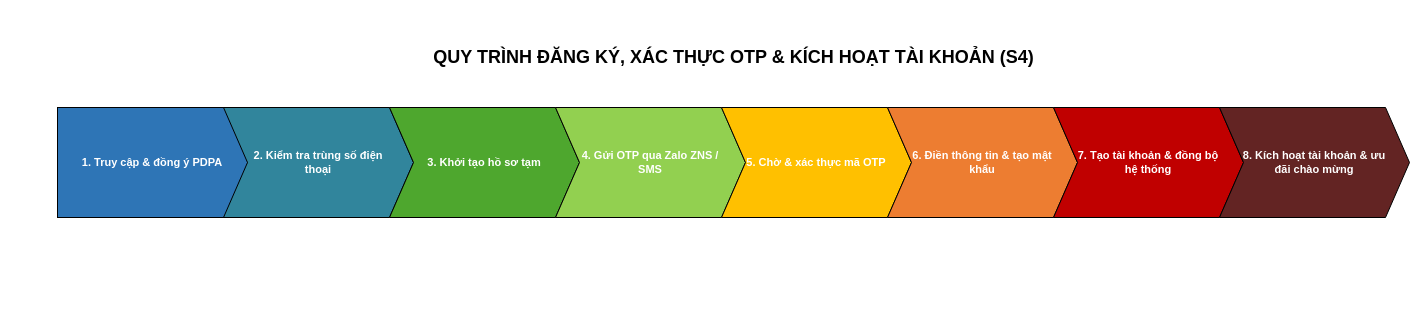
This is page "chevron-s4" (6 of 10) of docs/workspaces/NguyenCongHung/svg/bpmn.drawio from anthinh-io/bpm-acfc-vietnam-analysis, a draw.io file, before an edit. Source tidied: cells renumbered, new cells numbered last; positions are measured from the earlier drawing's top-left corner, leaving out a move shared by most shapes. Both pictures are drawn from the tidied source at 100%, with x=0, y=0 at pixel (57, 37).
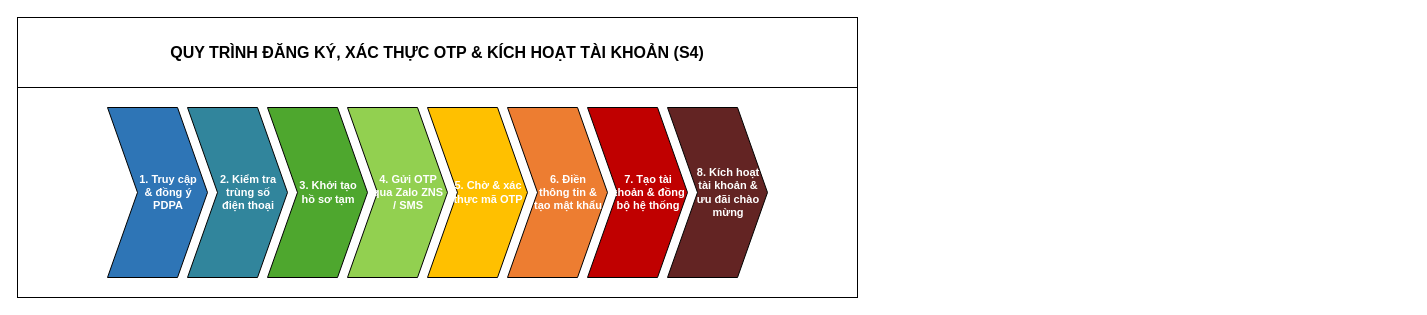
After the change.

The edit, as a diff of the source:
```diff
@@
 <mxGraphModel>
   <root>
     <mxCell id="0" />
     <mxCell id="1" parent="0" />
-    <mxCell id="2" value="QUY TRÌNH ĐĂNG KÝ, XÁC THỰC OTP &amp; KÍCH HOẠT TÀI KHOẢN (S4)" style="text;html=1;align=center;verticalAlign=middle;fontSize=18;fontStyle=1;fontColor=#000000;" parent="1" vertex="1">
-      <mxGeometry width="1352" height="40" as="geometry" />
+    <mxCell id="2" value="QUY TRÌNH ĐĂNG KÝ, XÁC THỰC OTP &amp; KÍCH HOẠT TÀI KHOẢN (S4)" style="rounded=0;whiteSpace=wrap;html=1;align=center;verticalAlign=middle;fontSize=16;fontStyle=1;fontColor=#000000;" parent="1" vertex="1">
+      <mxGeometry x="-40" y="-20" width="840" height="70" as="geometry" />
     </mxCell>
+    <mxCell id="11" style="rounded=0;whiteSpace=wrap;html=1;" parent="1" vertex="1">
+      <mxGeometry x="-40" y="50" width="840" height="210" as="geometry" />
+    </mxCell>
-    <mxCell id="3" value="1. Truy cập &amp; đồng ý PDPA" style="rounded=0;whiteSpace=wrap;html=1;fillColor=#2E75B6;strokeColor=#000000;fontColor=#ffffff;fontSize=11;fontStyle=1;align=center;verticalAlign=middle;spacing=18;" parent="1" vertex="1">
-      <mxGeometry y="70" width="190" height="110" as="geometry" />
+    <mxCell id="3" value="1. Truy cập&lt;br&gt;&amp; đồng ý&lt;br&gt;PDPA" style="html=1;shadow=0;dashed=0;align=center;verticalAlign=middle;shape=mxgraph.arrows2.arrow;dy=0;dx=30;notch=30;whiteSpace=wrap;spacingLeft=22;fillColor=#2E75B6;strokeColor=#000000;fontColor=#ffffff;fontSize=11;fontStyle=1;" parent="1" vertex="1">
+      <mxGeometry x="50" y="70" width="100" height="170" as="geometry" />
     </mxCell>
-    <mxCell id="4" value="2. Kiểm tra trùng số điện thoại" style="rounded=0;whiteSpace=wrap;html=1;shape=step;perimeter=stepPerimeter;fixedSize=1;size=24;fillColor=#31859C;strokeColor=#000000;fontColor=#ffffff;fontSize=11;fontStyle=1;align=center;verticalAlign=middle;spacing=18;" parent="1" vertex="1">
-      <mxGeometry x="166" y="70" width="190" height="110" as="geometry" />
+    <mxCell id="4" value="2. Kiểm tra&lt;br&gt;trùng số&lt;br&gt;điện thoại" style="html=1;shadow=0;dashed=0;align=center;verticalAlign=middle;shape=mxgraph.arrows2.arrow;dy=0;dx=30;notch=30;whiteSpace=wrap;spacingLeft=22;fillColor=#31859C;strokeColor=#000000;fontColor=#ffffff;fontSize=11;fontStyle=1;" parent="1" vertex="1">
+      <mxGeometry x="130" y="70" width="100" height="170" as="geometry" />
     </mxCell>
-    <mxCell id="5" value="3. Khởi tạo hồ sơ tạm" style="rounded=0;whiteSpace=wrap;html=1;shape=step;perimeter=stepPerimeter;fixedSize=1;size=24;fillColor=#4EA72E;strokeColor=#000000;fontColor=#ffffff;fontSize=11;fontStyle=1;align=center;verticalAlign=middle;spacing=18;" parent="1" vertex="1">
-      <mxGeometry x="332" y="70" width="190" height="110" as="geometry" />
+    <mxCell id="5" value="3. Khởi tạo&lt;br&gt;hồ sơ tạm" style="html=1;shadow=0;dashed=0;align=center;verticalAlign=middle;shape=mxgraph.arrows2.arrow;dy=0;dx=30;notch=30;whiteSpace=wrap;spacingLeft=22;fillColor=#4EA72E;strokeColor=#000000;fontColor=#ffffff;fontSize=11;fontStyle=1;" parent="1" vertex="1">
+      <mxGeometry x="210" y="70" width="100" height="170" as="geometry" />
     </mxCell>
-    <mxCell id="6" value="4. Gửi OTP qua Zalo ZNS / SMS" style="rounded=0;whiteSpace=wrap;html=1;shape=step;perimeter=stepPerimeter;fixedSize=1;size=24;fillColor=#92D050;strokeColor=#000000;fontColor=#ffffff;fontSize=11;fontStyle=1;align=center;verticalAlign=middle;spacing=18;" parent="1" vertex="1">
-      <mxGeometry x="498" y="70" width="190" height="110" as="geometry" />
+    <mxCell id="6" value="4. Gửi OTP&lt;br&gt;qua Zalo ZNS&lt;br&gt;/ SMS" style="html=1;shadow=0;dashed=0;align=center;verticalAlign=middle;shape=mxgraph.arrows2.arrow;dy=0;dx=30;notch=30;whiteSpace=wrap;spacingLeft=22;fillColor=#92D050;strokeColor=#000000;fontColor=#ffffff;fontSize=11;fontStyle=1;" parent="1" vertex="1">
+      <mxGeometry x="290" y="70" width="100" height="170" as="geometry" />
     </mxCell>
-    <mxCell id="7" value="5. Chờ &amp; xác thực mã OTP" style="rounded=0;whiteSpace=wrap;html=1;shape=step;perimeter=stepPerimeter;fixedSize=1;size=24;fillColor=#FFC000;strokeColor=#000000;fontColor=#ffffff;fontSize=11;fontStyle=1;align=center;verticalAlign=middle;spacing=18;" parent="1" vertex="1">
-      <mxGeometry x="664" y="70" width="190" height="110" as="geometry" />
+    <mxCell id="7" value="5. Chờ &amp; xác&lt;br&gt;thực mã OTP" style="html=1;shadow=0;dashed=0;align=center;verticalAlign=middle;shape=mxgraph.arrows2.arrow;dy=0;dx=30;notch=30;whiteSpace=wrap;spacingLeft=22;fillColor=#FFC000;strokeColor=#000000;fontColor=#ffffff;fontSize=11;fontStyle=1;" parent="1" vertex="1">
+      <mxGeometry x="370" y="70" width="100" height="170" as="geometry" />
     </mxCell>
-    <mxCell id="8" value="6. Điền thông tin &amp; tạo mật khẩu" style="rounded=0;whiteSpace=wrap;html=1;shape=step;perimeter=stepPerimeter;fixedSize=1;size=24;fillColor=#ED7D31;strokeColor=#000000;fontColor=#ffffff;fontSize=11;fontStyle=1;align=center;verticalAlign=middle;spacing=18;" parent="1" vertex="1">
-      <mxGeometry x="830" y="70" width="190" height="110" as="geometry" />
+    <mxCell id="8" value="6. Điền&lt;br&gt;thông tin &amp;&lt;br&gt;tạo mật khẩu" style="html=1;shadow=0;dashed=0;align=center;verticalAlign=middle;shape=mxgraph.arrows2.arrow;dy=0;dx=30;notch=30;whiteSpace=wrap;spacingLeft=22;fillColor=#ED7D31;strokeColor=#000000;fontColor=#ffffff;fontSize=11;fontStyle=1;" parent="1" vertex="1">
+      <mxGeometry x="450" y="70" width="100" height="170" as="geometry" />
     </mxCell>
-    <mxCell id="9" value="7. Tạo tài khoản &amp; đồng bộ hệ thống" style="rounded=0;whiteSpace=wrap;html=1;shape=step;perimeter=stepPerimeter;fixedSize=1;size=24;fillColor=#C00000;strokeColor=#000000;fontColor=#ffffff;fontSize=11;fontStyle=1;align=center;verticalAlign=middle;spacing=18;" parent="1" vertex="1">
-      <mxGeometry x="996" y="70" width="190" height="110" as="geometry" />
+    <mxCell id="9" value="7. Tạo tài&lt;br&gt;khoản &amp; đồng&lt;br&gt;bộ hệ thống" style="html=1;shadow=0;dashed=0;align=center;verticalAlign=middle;shape=mxgraph.arrows2.arrow;dy=0;dx=30;notch=30;whiteSpace=wrap;spacingLeft=22;fillColor=#C00000;strokeColor=#000000;fontColor=#ffffff;fontSize=11;fontStyle=1;" parent="1" vertex="1">
+      <mxGeometry x="530" y="70" width="100" height="170" as="geometry" />
     </mxCell>
-    <mxCell id="10" value="8. Kích hoạt tài khoản &amp; ưu đãi chào mừng" style="rounded=0;whiteSpace=wrap;html=1;shape=step;perimeter=stepPerimeter;fixedSize=1;size=24;fillColor=#632423;strokeColor=#000000;fontColor=#ffffff;fontSize=11;fontStyle=1;align=center;verticalAlign=middle;spacing=18;" parent="1" vertex="1">
-      <mxGeometry x="1162" y="70" width="190" height="110" as="geometry" />
+    <mxCell id="10" value="8. Kích hoạt&lt;br&gt;tài khoản &amp;&lt;br&gt;ưu đãi chào&lt;br&gt;mừng" style="html=1;shadow=0;dashed=0;align=center;verticalAlign=middle;shape=mxgraph.arrows2.arrow;dy=0;dx=30;notch=30;whiteSpace=wrap;spacingLeft=22;fillColor=#632423;strokeColor=#000000;fontColor=#ffffff;fontSize=11;fontStyle=1;" parent="1" vertex="1">
+      <mxGeometry x="610" y="70" width="100" height="170" as="geometry" />
     </mxCell>
   </root>
 </mxGraphModel>
```
